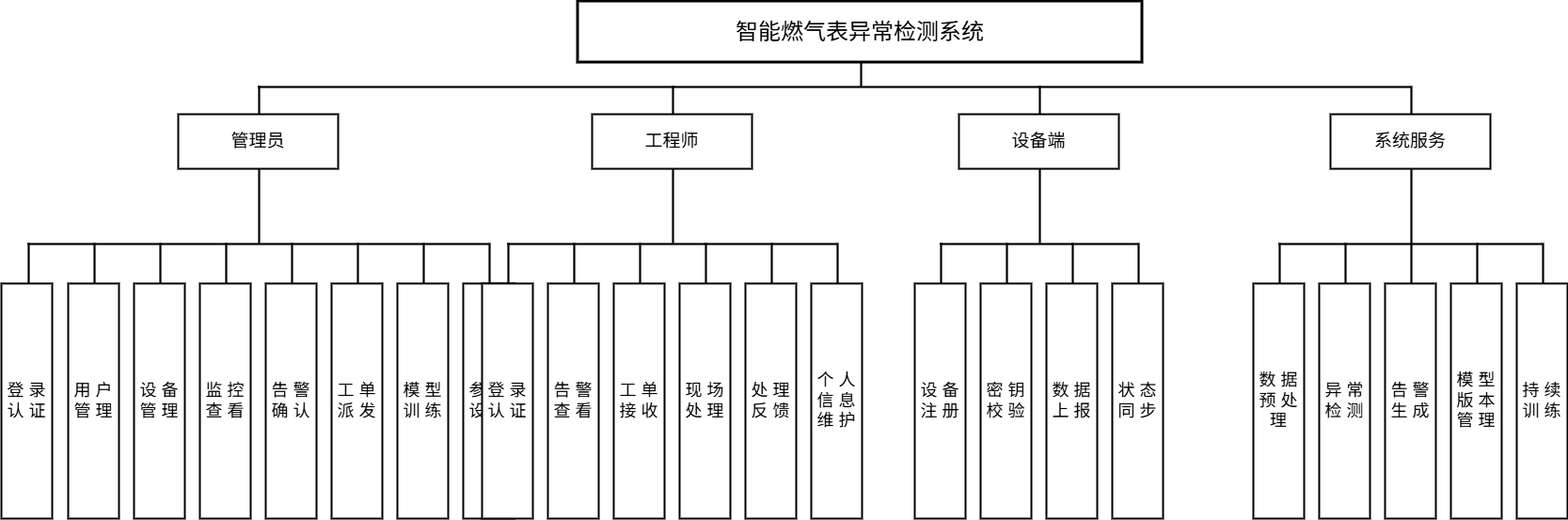
The draw.io diagram pictures_drawio/系统功能结构图.drawio.png in solisW/my_thesis_system, before a commit. Source tidied: cells renumbered, new cells last; positions are measured from the earlier drawing's top-left corner, leaving out a move shared by most shapes.
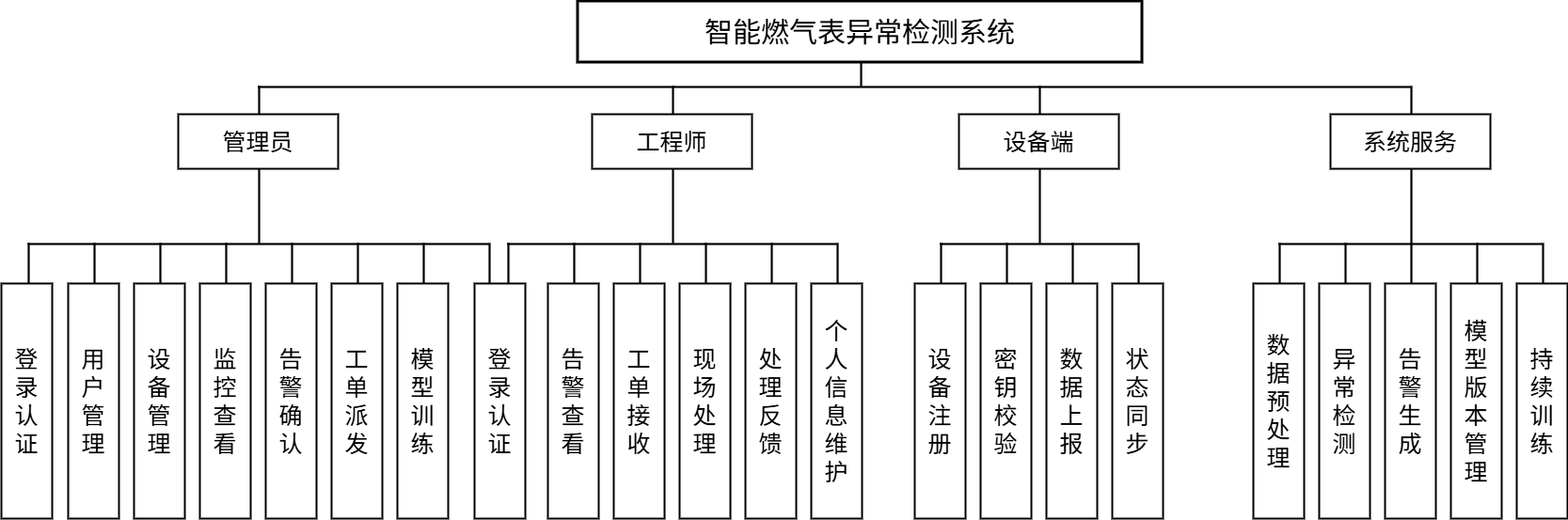
The same file after the commit.

Diff of the diagram source:
```diff
@@ -2,7 +2,7 @@
   <root>
     <mxCell id="0" />
     <mxCell id="1" parent="0" />
-    <mxCell id="2" value="智能燃气表异常检测系统" style="rounded=0;whiteSpace=wrap;html=1;fillColor=#ffffff;strokeColor=#000000;strokeWidth=3;fontSize=24;" parent="1" vertex="1">
+    <mxCell id="2" value="&lt;font style=&quot;font-size: 30px;&quot;&gt;智能燃气表异常检测系统&lt;/font&gt;" style="rounded=0;whiteSpace=wrap;html=1;fillColor=#ffffff;strokeColor=#000000;strokeWidth=3;fontSize=24;" parent="1" vertex="1">
       <mxGeometry x="613" width="600" height="65" as="geometry" />
     </mxCell>
     <mxCell id="3" style="rounded=0;whiteSpace=wrap;html=1;fillColor=#000000;strokeColor=#000000;strokeWidth=0;" parent="1" vertex="1">
@@ -14,7 +14,7 @@
     <mxCell id="5" style="rounded=0;whiteSpace=wrap;html=1;fillColor=#000000;strokeColor=#000000;strokeWidth=0;" parent="1" vertex="1">
       <mxGeometry x="273" y="90" width="2" height="30" as="geometry" />
     </mxCell>
-    <mxCell id="6" value="管理员" style="rounded=0;whiteSpace=wrap;html=1;fillColor=#ffffff;strokeColor=#000000;strokeWidth=2;fontSize=19;" parent="1" vertex="1">
+    <mxCell id="6" value="&lt;font style=&quot;font-size: 25px;&quot;&gt;管理员&lt;/font&gt;" style="rounded=0;whiteSpace=wrap;html=1;fillColor=#ffffff;strokeColor=#000000;strokeWidth=2;fontSize=19;" parent="1" vertex="1">
       <mxGeometry x="188" y="120" width="170" height="58" as="geometry" />
     </mxCell>
     <mxCell id="7" style="rounded=0;whiteSpace=wrap;html=1;fillColor=#000000;strokeColor=#000000;strokeWidth=0;" parent="1" vertex="1">
@@ -26,55 +26,52 @@
     <mxCell id="9" style="rounded=0;whiteSpace=wrap;html=1;fillColor=#000000;strokeColor=#000000;strokeWidth=0;" parent="1" vertex="1">
       <mxGeometry x="28" y="257" width="2" height="43" as="geometry" />
     </mxCell>
-    <mxCell id="10" value="登 录 认 证" style="rounded=0;whiteSpace=wrap;html=1;fillColor=#ffffff;strokeColor=#000000;strokeWidth=2;fontSize=18;spacing=6;" parent="1" vertex="1">
+    <mxCell id="10" value="&lt;font style=&quot;font-size: 25px;&quot;&gt;登 录 认 证&lt;/font&gt;" style="rounded=0;whiteSpace=wrap;html=1;fillColor=#ffffff;strokeColor=#000000;strokeWidth=2;fontSize=18;spacing=6;" parent="1" vertex="1">
       <mxGeometry y="300" width="54" height="250" as="geometry" />
     </mxCell>
     <mxCell id="11" style="rounded=0;whiteSpace=wrap;html=1;fillColor=#000000;strokeColor=#000000;strokeWidth=0;" parent="1" vertex="1">
       <mxGeometry x="98" y="257" width="2" height="43" as="geometry" />
     </mxCell>
-    <mxCell id="12" value="用 户 管 理" style="rounded=0;whiteSpace=wrap;html=1;fillColor=#ffffff;strokeColor=#000000;strokeWidth=2;fontSize=18;spacing=6;" parent="1" vertex="1">
+    <mxCell id="12" value="&lt;font style=&quot;font-size: 25px;&quot;&gt;用 户 管 理&lt;/font&gt;" style="rounded=0;whiteSpace=wrap;html=1;fillColor=#ffffff;strokeColor=#000000;strokeWidth=2;fontSize=18;spacing=6;" parent="1" vertex="1">
       <mxGeometry x="71" y="300" width="54" height="250" as="geometry" />
     </mxCell>
     <mxCell id="13" style="rounded=0;whiteSpace=wrap;html=1;fillColor=#000000;strokeColor=#000000;strokeWidth=0;" parent="1" vertex="1">
       <mxGeometry x="168" y="257" width="2" height="43" as="geometry" />
     </mxCell>
-    <mxCell id="14" value="设 备 管 理" style="rounded=0;whiteSpace=wrap;html=1;fillColor=#ffffff;strokeColor=#000000;strokeWidth=2;fontSize=18;spacing=6;" parent="1" vertex="1">
+    <mxCell id="14" value="&lt;font style=&quot;font-size: 25px;&quot;&gt;设 备 管 理&lt;/font&gt;" style="rounded=0;whiteSpace=wrap;html=1;fillColor=#ffffff;strokeColor=#000000;strokeWidth=2;fontSize=18;spacing=6;" parent="1" vertex="1">
       <mxGeometry x="141" y="300" width="54" height="250" as="geometry" />
     </mxCell>
     <mxCell id="15" style="rounded=0;whiteSpace=wrap;html=1;fillColor=#000000;strokeColor=#000000;strokeWidth=0;" parent="1" vertex="1">
       <mxGeometry x="238" y="257" width="2" height="43" as="geometry" />
     </mxCell>
-    <mxCell id="16" value="监 控 查 看" style="rounded=0;whiteSpace=wrap;html=1;fillColor=#ffffff;strokeColor=#000000;strokeWidth=2;fontSize=18;spacing=6;" parent="1" vertex="1">
+    <mxCell id="16" value="&lt;font style=&quot;font-size: 25px;&quot;&gt;监 控 查 看&lt;/font&gt;" style="rounded=0;whiteSpace=wrap;html=1;fillColor=#ffffff;strokeColor=#000000;strokeWidth=2;fontSize=18;spacing=6;" parent="1" vertex="1">
       <mxGeometry x="211" y="300" width="54" height="250" as="geometry" />
     </mxCell>
     <mxCell id="17" style="rounded=0;whiteSpace=wrap;html=1;fillColor=#000000;strokeColor=#000000;strokeWidth=0;" parent="1" vertex="1">
       <mxGeometry x="308" y="257" width="2" height="43" as="geometry" />
     </mxCell>
-    <mxCell id="18" value="告 警 确 认" style="rounded=0;whiteSpace=wrap;html=1;fillColor=#ffffff;strokeColor=#000000;strokeWidth=2;fontSize=18;spacing=6;" parent="1" vertex="1">
+    <mxCell id="18" value="&lt;font style=&quot;font-size: 25px;&quot;&gt;告 警 确 认&lt;/font&gt;" style="rounded=0;whiteSpace=wrap;html=1;fillColor=#ffffff;strokeColor=#000000;strokeWidth=2;fontSize=18;spacing=6;" parent="1" vertex="1">
       <mxGeometry x="281" y="300" width="54" height="250" as="geometry" />
     </mxCell>
     <mxCell id="19" style="rounded=0;whiteSpace=wrap;html=1;fillColor=#000000;strokeColor=#000000;strokeWidth=0;" parent="1" vertex="1">
       <mxGeometry x="378" y="257" width="2" height="43" as="geometry" />
     </mxCell>
-    <mxCell id="20" value="工 单 派 发" style="rounded=0;whiteSpace=wrap;html=1;fillColor=#ffffff;strokeColor=#000000;strokeWidth=2;fontSize=18;spacing=6;" parent="1" vertex="1">
+    <mxCell id="20" value="&lt;font style=&quot;font-size: 25px;&quot;&gt;工 单 派 发&lt;/font&gt;" style="rounded=0;whiteSpace=wrap;html=1;fillColor=#ffffff;strokeColor=#000000;strokeWidth=2;fontSize=18;spacing=6;" parent="1" vertex="1">
       <mxGeometry x="351" y="300" width="54" height="250" as="geometry" />
     </mxCell>
     <mxCell id="21" style="rounded=0;whiteSpace=wrap;html=1;fillColor=#000000;strokeColor=#000000;strokeWidth=0;" parent="1" vertex="1">
       <mxGeometry x="448" y="257" width="2" height="43" as="geometry" />
     </mxCell>
-    <mxCell id="22" value="模 型 训 练" style="rounded=0;whiteSpace=wrap;html=1;fillColor=#ffffff;strokeColor=#000000;strokeWidth=2;fontSize=18;spacing=6;" parent="1" vertex="1">
+    <mxCell id="22" value="&lt;font style=&quot;font-size: 25px;&quot;&gt;模 型 训 练&lt;/font&gt;" style="rounded=0;whiteSpace=wrap;html=1;fillColor=#ffffff;strokeColor=#000000;strokeWidth=2;fontSize=18;spacing=6;" parent="1" vertex="1">
       <mxGeometry x="421" y="300" width="54" height="250" as="geometry" />
     </mxCell>
     <mxCell id="23" style="rounded=0;whiteSpace=wrap;html=1;fillColor=#000000;strokeColor=#000000;strokeWidth=0;" parent="1" vertex="1">
       <mxGeometry x="518" y="257" width="2" height="43" as="geometry" />
     </mxCell>
-    <mxCell id="24" value="参 数 设 置" style="rounded=0;whiteSpace=wrap;html=1;fillColor=#ffffff;strokeColor=#000000;strokeWidth=2;fontSize=18;spacing=6;" parent="1" vertex="1">
-      <mxGeometry x="491" y="300" width="54" height="250" as="geometry" />
-    </mxCell>
     <mxCell id="25" style="rounded=0;whiteSpace=wrap;html=1;fillColor=#000000;strokeColor=#000000;strokeWidth=0;" parent="1" vertex="1">
       <mxGeometry x="713" y="90" width="2" height="30" as="geometry" />
     </mxCell>
-    <mxCell id="26" value="工程师" style="rounded=0;whiteSpace=wrap;html=1;fillColor=#ffffff;strokeColor=#000000;strokeWidth=2;fontSize=19;" parent="1" vertex="1">
+    <mxCell id="26" value="&lt;font style=&quot;font-size: 25px;&quot;&gt;工程师&lt;/font&gt;" style="rounded=0;whiteSpace=wrap;html=1;fillColor=#ffffff;strokeColor=#000000;strokeWidth=2;fontSize=19;" parent="1" vertex="1">
       <mxGeometry x="628" y="120" width="170" height="58" as="geometry" />
     </mxCell>
     <mxCell id="27" style="rounded=0;whiteSpace=wrap;html=1;fillColor=#000000;strokeColor=#000000;strokeWidth=0;" parent="1" vertex="1">
@@ -86,43 +83,43 @@
     <mxCell id="29" style="rounded=0;whiteSpace=wrap;html=1;fillColor=#000000;strokeColor=#000000;strokeWidth=0;" parent="1" vertex="1">
       <mxGeometry x="538" y="257" width="2" height="43" as="geometry" />
     </mxCell>
-    <mxCell id="30" value="登 录 认 证" style="rounded=0;whiteSpace=wrap;html=1;fillColor=#ffffff;strokeColor=#000000;strokeWidth=2;fontSize=18;spacing=6;" parent="1" vertex="1">
-      <mxGeometry x="511" y="300" width="54" height="250" as="geometry" />
+    <mxCell id="30" value="&lt;font style=&quot;font-size: 25px;&quot;&gt;登 录 认 证&lt;/font&gt;" style="rounded=0;whiteSpace=wrap;html=1;fillColor=#ffffff;strokeColor=#000000;strokeWidth=2;fontSize=18;spacing=6;" parent="1" vertex="1">
+      <mxGeometry x="503" y="300" width="54" height="250" as="geometry" />
     </mxCell>
     <mxCell id="31" style="rounded=0;whiteSpace=wrap;html=1;fillColor=#000000;strokeColor=#000000;strokeWidth=0;" parent="1" vertex="1">
       <mxGeometry x="608" y="257" width="2" height="43" as="geometry" />
     </mxCell>
-    <mxCell id="32" value="告 警 查 看" style="rounded=0;whiteSpace=wrap;html=1;fillColor=#ffffff;strokeColor=#000000;strokeWidth=2;fontSize=18;spacing=6;" parent="1" vertex="1">
+    <mxCell id="32" value="&lt;font style=&quot;font-size: 25px;&quot;&gt;告 警 查 看&lt;/font&gt;" style="rounded=0;whiteSpace=wrap;html=1;fillColor=#ffffff;strokeColor=#000000;strokeWidth=2;fontSize=18;spacing=6;" parent="1" vertex="1">
       <mxGeometry x="581" y="300" width="54" height="250" as="geometry" />
     </mxCell>
     <mxCell id="33" style="rounded=0;whiteSpace=wrap;html=1;fillColor=#000000;strokeColor=#000000;strokeWidth=0;" parent="1" vertex="1">
       <mxGeometry x="678" y="257" width="2" height="43" as="geometry" />
     </mxCell>
-    <mxCell id="34" value="工 单 接 收" style="rounded=0;whiteSpace=wrap;html=1;fillColor=#ffffff;strokeColor=#000000;strokeWidth=2;fontSize=18;spacing=6;" parent="1" vertex="1">
+    <mxCell id="34" value="&lt;font style=&quot;font-size: 25px;&quot;&gt;工 单 接 收&lt;/font&gt;" style="rounded=0;whiteSpace=wrap;html=1;fillColor=#ffffff;strokeColor=#000000;strokeWidth=2;fontSize=18;spacing=6;" parent="1" vertex="1">
       <mxGeometry x="651" y="300" width="54" height="250" as="geometry" />
     </mxCell>
     <mxCell id="35" style="rounded=0;whiteSpace=wrap;html=1;fillColor=#000000;strokeColor=#000000;strokeWidth=0;" parent="1" vertex="1">
       <mxGeometry x="748" y="257" width="2" height="43" as="geometry" />
     </mxCell>
-    <mxCell id="36" value="现 场 处 理" style="rounded=0;whiteSpace=wrap;html=1;fillColor=#ffffff;strokeColor=#000000;strokeWidth=2;fontSize=18;spacing=6;" parent="1" vertex="1">
+    <mxCell id="36" value="&lt;font style=&quot;font-size: 25px;&quot;&gt;现 场 处 理&lt;/font&gt;" style="rounded=0;whiteSpace=wrap;html=1;fillColor=#ffffff;strokeColor=#000000;strokeWidth=2;fontSize=18;spacing=6;" parent="1" vertex="1">
       <mxGeometry x="721" y="300" width="54" height="250" as="geometry" />
     </mxCell>
     <mxCell id="37" style="rounded=0;whiteSpace=wrap;html=1;fillColor=#000000;strokeColor=#000000;strokeWidth=0;" parent="1" vertex="1">
       <mxGeometry x="818" y="257" width="2" height="43" as="geometry" />
     </mxCell>
-    <mxCell id="38" value="处 理 反 馈" style="rounded=0;whiteSpace=wrap;html=1;fillColor=#ffffff;strokeColor=#000000;strokeWidth=2;fontSize=18;spacing=6;" parent="1" vertex="1">
+    <mxCell id="38" value="&lt;font style=&quot;font-size: 25px;&quot;&gt;处 理 反 馈&lt;/font&gt;" style="rounded=0;whiteSpace=wrap;html=1;fillColor=#ffffff;strokeColor=#000000;strokeWidth=2;fontSize=18;spacing=6;" parent="1" vertex="1">
       <mxGeometry x="791" y="300" width="54" height="250" as="geometry" />
     </mxCell>
     <mxCell id="39" style="rounded=0;whiteSpace=wrap;html=1;fillColor=#000000;strokeColor=#000000;strokeWidth=0;" parent="1" vertex="1">
       <mxGeometry x="888" y="257" width="2" height="43" as="geometry" />
     </mxCell>
-    <mxCell id="40" value="个 人 信 息 维 护" style="rounded=0;whiteSpace=wrap;html=1;fillColor=#ffffff;strokeColor=#000000;strokeWidth=2;fontSize=18;spacing=6;" parent="1" vertex="1">
+    <mxCell id="40" value="&lt;font style=&quot;font-size: 25px;&quot;&gt;个 人 信 息 维 护&lt;/font&gt;" style="rounded=0;whiteSpace=wrap;html=1;fillColor=#ffffff;strokeColor=#000000;strokeWidth=2;fontSize=18;spacing=6;" parent="1" vertex="1">
       <mxGeometry x="861" y="300" width="54" height="250" as="geometry" />
     </mxCell>
     <mxCell id="41" style="rounded=0;whiteSpace=wrap;html=1;fillColor=#000000;strokeColor=#000000;strokeWidth=0;" parent="1" vertex="1">
       <mxGeometry x="1103" y="90" width="2" height="30" as="geometry" />
     </mxCell>
-    <mxCell id="42" value="设备端" style="rounded=0;whiteSpace=wrap;html=1;fillColor=#ffffff;strokeColor=#000000;strokeWidth=2;fontSize=19;" parent="1" vertex="1">
+    <mxCell id="42" value="&lt;font style=&quot;font-size: 25px;&quot;&gt;设备端&lt;/font&gt;" style="rounded=0;whiteSpace=wrap;html=1;fillColor=#ffffff;strokeColor=#000000;strokeWidth=2;fontSize=19;" parent="1" vertex="1">
       <mxGeometry x="1018" y="120" width="170" height="58" as="geometry" />
     </mxCell>
     <mxCell id="43" style="rounded=0;whiteSpace=wrap;html=1;fillColor=#000000;strokeColor=#000000;strokeWidth=0;" parent="1" vertex="1">
@@ -134,31 +131,31 @@
     <mxCell id="45" style="rounded=0;whiteSpace=wrap;html=1;fillColor=#000000;strokeColor=#000000;strokeWidth=0;" parent="1" vertex="1">
       <mxGeometry x="998" y="257" width="2" height="43" as="geometry" />
     </mxCell>
-    <mxCell id="46" value="设 备 注 册" style="rounded=0;whiteSpace=wrap;html=1;fillColor=#ffffff;strokeColor=#000000;strokeWidth=2;fontSize=18;spacing=6;" parent="1" vertex="1">
+    <mxCell id="46" value="&lt;font style=&quot;font-size: 25px;&quot;&gt;设 备 注 册&lt;/font&gt;" style="rounded=0;whiteSpace=wrap;html=1;fillColor=#ffffff;strokeColor=#000000;strokeWidth=2;fontSize=18;spacing=6;" parent="1" vertex="1">
       <mxGeometry x="971" y="300" width="54" height="250" as="geometry" />
     </mxCell>
     <mxCell id="47" style="rounded=0;whiteSpace=wrap;html=1;fillColor=#000000;strokeColor=#000000;strokeWidth=0;" parent="1" vertex="1">
       <mxGeometry x="1068" y="257" width="2" height="43" as="geometry" />
     </mxCell>
-    <mxCell id="48" value="密 钥 校 验" style="rounded=0;whiteSpace=wrap;html=1;fillColor=#ffffff;strokeColor=#000000;strokeWidth=2;fontSize=18;spacing=6;" parent="1" vertex="1">
+    <mxCell id="48" value="&lt;font style=&quot;font-size: 25px;&quot;&gt;密 钥 校 验&lt;/font&gt;" style="rounded=0;whiteSpace=wrap;html=1;fillColor=#ffffff;strokeColor=#000000;strokeWidth=2;fontSize=18;spacing=6;" parent="1" vertex="1">
       <mxGeometry x="1041" y="300" width="54" height="250" as="geometry" />
     </mxCell>
     <mxCell id="49" style="rounded=0;whiteSpace=wrap;html=1;fillColor=#000000;strokeColor=#000000;strokeWidth=0;" parent="1" vertex="1">
       <mxGeometry x="1138" y="257" width="2" height="43" as="geometry" />
     </mxCell>
-    <mxCell id="50" value="数 据 上 报" style="rounded=0;whiteSpace=wrap;html=1;fillColor=#ffffff;strokeColor=#000000;strokeWidth=2;fontSize=18;spacing=6;" parent="1" vertex="1">
+    <mxCell id="50" value="&lt;font style=&quot;font-size: 25px;&quot;&gt;数 据 上 报&lt;/font&gt;" style="rounded=0;whiteSpace=wrap;html=1;fillColor=#ffffff;strokeColor=#000000;strokeWidth=2;fontSize=18;spacing=6;" parent="1" vertex="1">
       <mxGeometry x="1111" y="300" width="54" height="250" as="geometry" />
     </mxCell>
     <mxCell id="51" style="rounded=0;whiteSpace=wrap;html=1;fillColor=#000000;strokeColor=#000000;strokeWidth=0;" parent="1" vertex="1">
       <mxGeometry x="1208" y="257" width="2" height="43" as="geometry" />
     </mxCell>
-    <mxCell id="52" value="状 态 同 步" style="rounded=0;whiteSpace=wrap;html=1;fillColor=#ffffff;strokeColor=#000000;strokeWidth=2;fontSize=18;spacing=6;" parent="1" vertex="1">
+    <mxCell id="52" value="&lt;font style=&quot;font-size: 25px;&quot;&gt;状 态 同 步&lt;/font&gt;" style="rounded=0;whiteSpace=wrap;html=1;fillColor=#ffffff;strokeColor=#000000;strokeWidth=2;fontSize=18;spacing=6;" parent="1" vertex="1">
       <mxGeometry x="1181" y="300" width="54" height="250" as="geometry" />
     </mxCell>
     <mxCell id="53" style="rounded=0;whiteSpace=wrap;html=1;fillColor=#000000;strokeColor=#000000;strokeWidth=0;" parent="1" vertex="1">
       <mxGeometry x="1498" y="90" width="2" height="30" as="geometry" />
     </mxCell>
-    <mxCell id="54" value="系统服务" style="rounded=0;whiteSpace=wrap;html=1;fillColor=#ffffff;strokeColor=#000000;strokeWidth=2;fontSize=19;" parent="1" vertex="1">
+    <mxCell id="54" value="&lt;font style=&quot;font-size: 25px;&quot;&gt;系统服务&lt;/font&gt;" style="rounded=0;whiteSpace=wrap;html=1;fillColor=#ffffff;strokeColor=#000000;strokeWidth=2;fontSize=19;" parent="1" vertex="1">
       <mxGeometry x="1413" y="120" width="170" height="58" as="geometry" />
     </mxCell>
     <mxCell id="55" style="rounded=0;whiteSpace=wrap;html=1;fillColor=#000000;strokeColor=#000000;strokeWidth=0;" parent="1" vertex="1">
@@ -170,31 +167,31 @@
     <mxCell id="57" style="rounded=0;whiteSpace=wrap;html=1;fillColor=#000000;strokeColor=#000000;strokeWidth=0;" parent="1" vertex="1">
       <mxGeometry x="1358" y="257" width="2" height="43" as="geometry" />
     </mxCell>
-    <mxCell id="58" value="数 据 预 处 理" style="rounded=0;whiteSpace=wrap;html=1;fillColor=#ffffff;strokeColor=#000000;strokeWidth=2;fontSize=18;spacing=6;" parent="1" vertex="1">
+    <mxCell id="58" value="&lt;font style=&quot;font-size: 25px;&quot;&gt;数 据 预 处 理&lt;/font&gt;" style="rounded=0;whiteSpace=wrap;html=1;fillColor=#ffffff;strokeColor=#000000;strokeWidth=2;fontSize=18;spacing=6;" parent="1" vertex="1">
       <mxGeometry x="1331" y="300" width="54" height="250" as="geometry" />
     </mxCell>
     <mxCell id="59" style="rounded=0;whiteSpace=wrap;html=1;fillColor=#000000;strokeColor=#000000;strokeWidth=0;" parent="1" vertex="1">
       <mxGeometry x="1428" y="257" width="2" height="43" as="geometry" />
     </mxCell>
-    <mxCell id="60" value="异 常 检 测" style="rounded=0;whiteSpace=wrap;html=1;fillColor=#ffffff;strokeColor=#000000;strokeWidth=2;fontSize=18;spacing=6;" parent="1" vertex="1">
+    <mxCell id="60" value="&lt;font style=&quot;font-size: 25px;&quot;&gt;异 常 检 测&lt;/font&gt;" style="rounded=0;whiteSpace=wrap;html=1;fillColor=#ffffff;strokeColor=#000000;strokeWidth=2;fontSize=18;spacing=6;" parent="1" vertex="1">
       <mxGeometry x="1401" y="300" width="54" height="250" as="geometry" />
     </mxCell>
     <mxCell id="61" style="rounded=0;whiteSpace=wrap;html=1;fillColor=#000000;strokeColor=#000000;strokeWidth=0;" parent="1" vertex="1">
       <mxGeometry x="1498" y="257" width="2" height="43" as="geometry" />
     </mxCell>
-    <mxCell id="62" value="告 警 生 成" style="rounded=0;whiteSpace=wrap;html=1;fillColor=#ffffff;strokeColor=#000000;strokeWidth=2;fontSize=18;spacing=6;" parent="1" vertex="1">
+    <mxCell id="62" value="&lt;font style=&quot;font-size: 25px;&quot;&gt;告 警 生 成&lt;/font&gt;" style="rounded=0;whiteSpace=wrap;html=1;fillColor=#ffffff;strokeColor=#000000;strokeWidth=2;fontSize=18;spacing=6;" parent="1" vertex="1">
       <mxGeometry x="1471" y="300" width="54" height="250" as="geometry" />
     </mxCell>
     <mxCell id="63" style="rounded=0;whiteSpace=wrap;html=1;fillColor=#000000;strokeColor=#000000;strokeWidth=0;" parent="1" vertex="1">
       <mxGeometry x="1568" y="257" width="2" height="43" as="geometry" />
     </mxCell>
-    <mxCell id="64" value="模 型 版 本 管 理" style="rounded=0;whiteSpace=wrap;html=1;fillColor=#ffffff;strokeColor=#000000;strokeWidth=2;fontSize=18;spacing=6;" parent="1" vertex="1">
+    <mxCell id="64" value="&lt;font style=&quot;font-size: 25px;&quot;&gt;模 型 版 本 管 理&lt;/font&gt;" style="rounded=0;whiteSpace=wrap;html=1;fillColor=#ffffff;strokeColor=#000000;strokeWidth=2;fontSize=18;spacing=6;" parent="1" vertex="1">
       <mxGeometry x="1541" y="300" width="54" height="250" as="geometry" />
     </mxCell>
     <mxCell id="65" style="rounded=0;whiteSpace=wrap;html=1;fillColor=#000000;strokeColor=#000000;strokeWidth=0;" parent="1" vertex="1">
       <mxGeometry x="1638" y="257" width="2" height="43" as="geometry" />
     </mxCell>
-    <mxCell id="66" value="持 续 训 练" style="rounded=0;whiteSpace=wrap;html=1;fillColor=#ffffff;strokeColor=#000000;strokeWidth=2;fontSize=18;spacing=6;" parent="1" vertex="1">
+    <mxCell id="66" value="&lt;font style=&quot;font-size: 25px;&quot;&gt;持 续 训 练&lt;/font&gt;" style="rounded=0;whiteSpace=wrap;html=1;fillColor=#ffffff;strokeColor=#000000;strokeWidth=2;fontSize=18;spacing=6;" parent="1" vertex="1">
       <mxGeometry x="1611" y="300" width="54" height="250" as="geometry" />
     </mxCell>
   </root>
```
